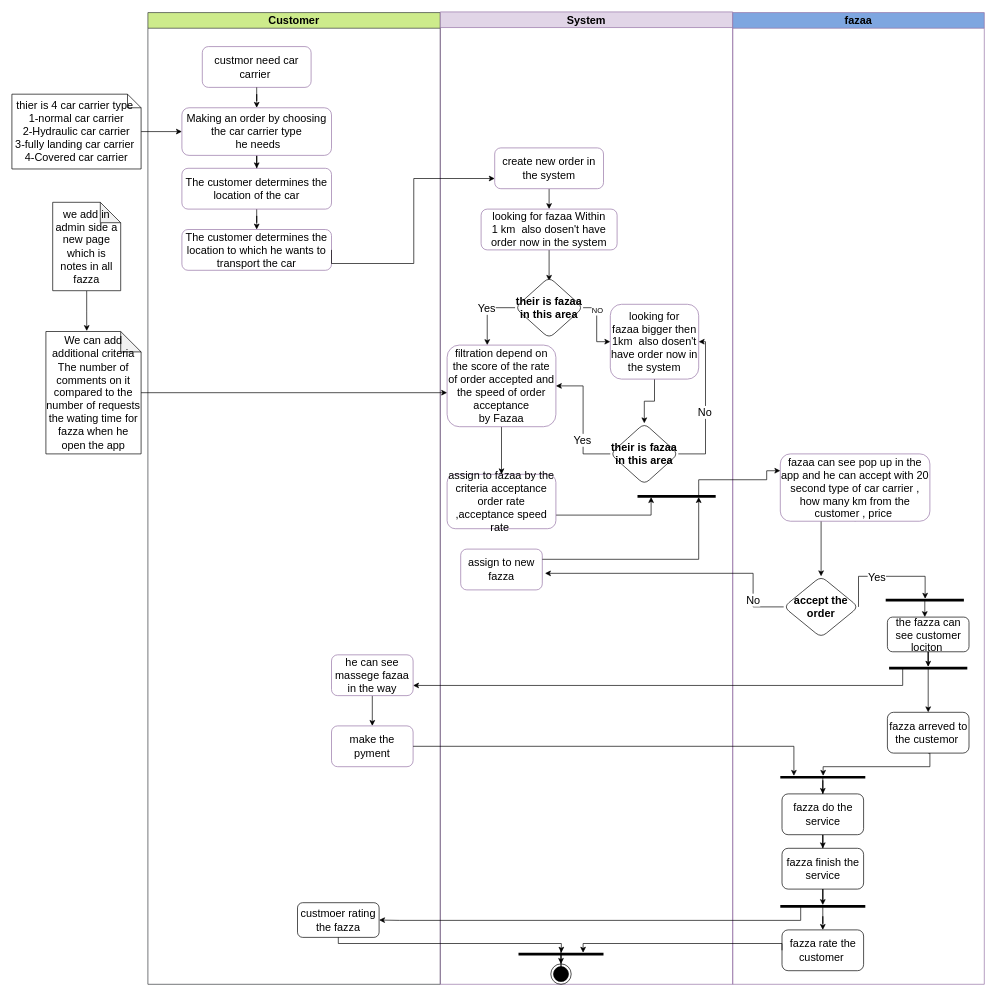
saleh300/activity-diagram keeps this draw.io diagram as activity_dig/car carrier.drawio. Above is the earlier version. Source tidied: cells renumbered, new cells numbered last; positions are measured from the earlier drawing's top-left corner, leaving out a move shared by most shapes. Both pictures are drawn from the tidied source at 68%, with x=0, y=0 at pixel (12, 12).
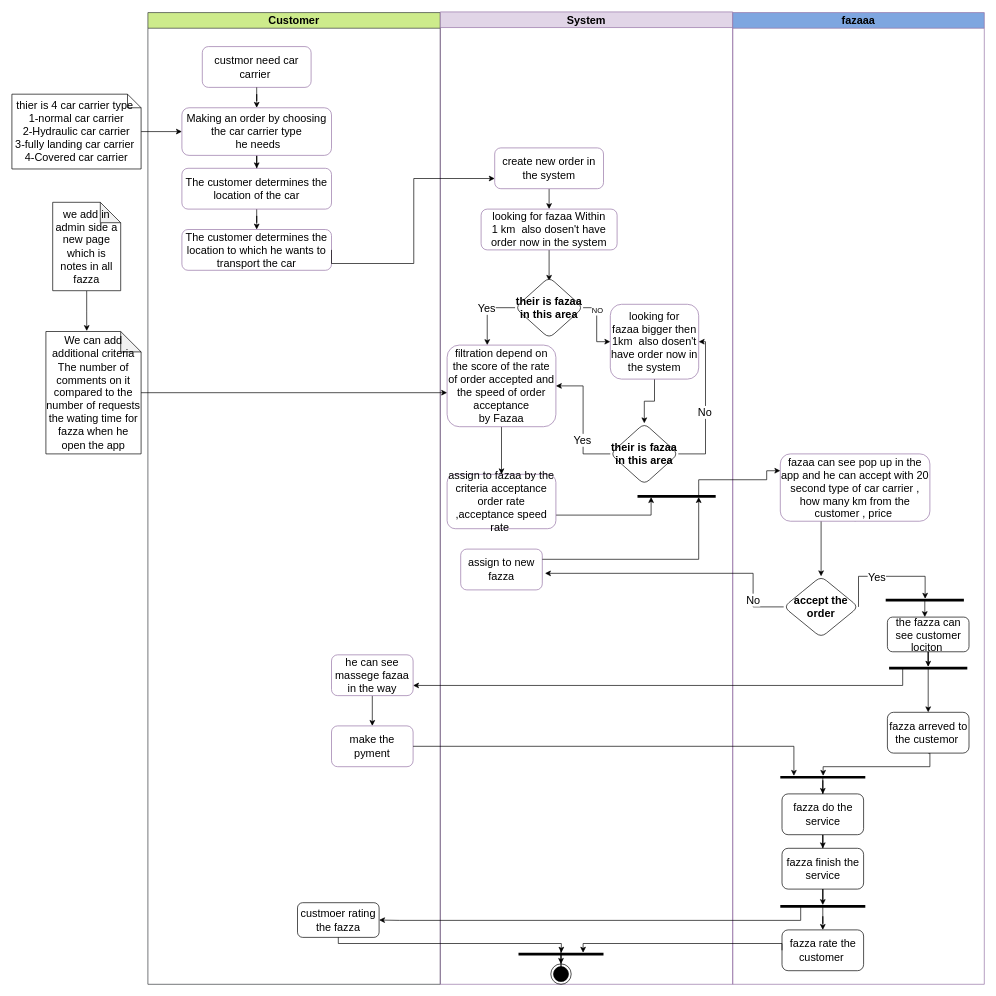
After the change.

What changed in the source:
```diff
@@
-    <mxCell id="41" value="&lt;span style=&quot;font-size: 16px;&quot;&gt;fazaa&lt;/span&gt;" style="swimlane;whiteSpace=wrap;html=1;fillColor=#7EA6E0;strokeColor=#9673a6;startSize=23;fontSize=16;" parent="1" vertex="1">
+    <mxCell id="41" value="&lt;span style=&quot;font-size: 16px;&quot;&gt;fazaaa&lt;/span&gt;" style="swimlane;whiteSpace=wrap;html=1;fillColor=#7EA6E0;strokeColor=#9673a6;startSize=23;fontSize=16;" parent="1" vertex="1">
       <mxGeometry x="1060" y="1" width="370" height="1429" as="geometry" />
     </mxCell>
```
